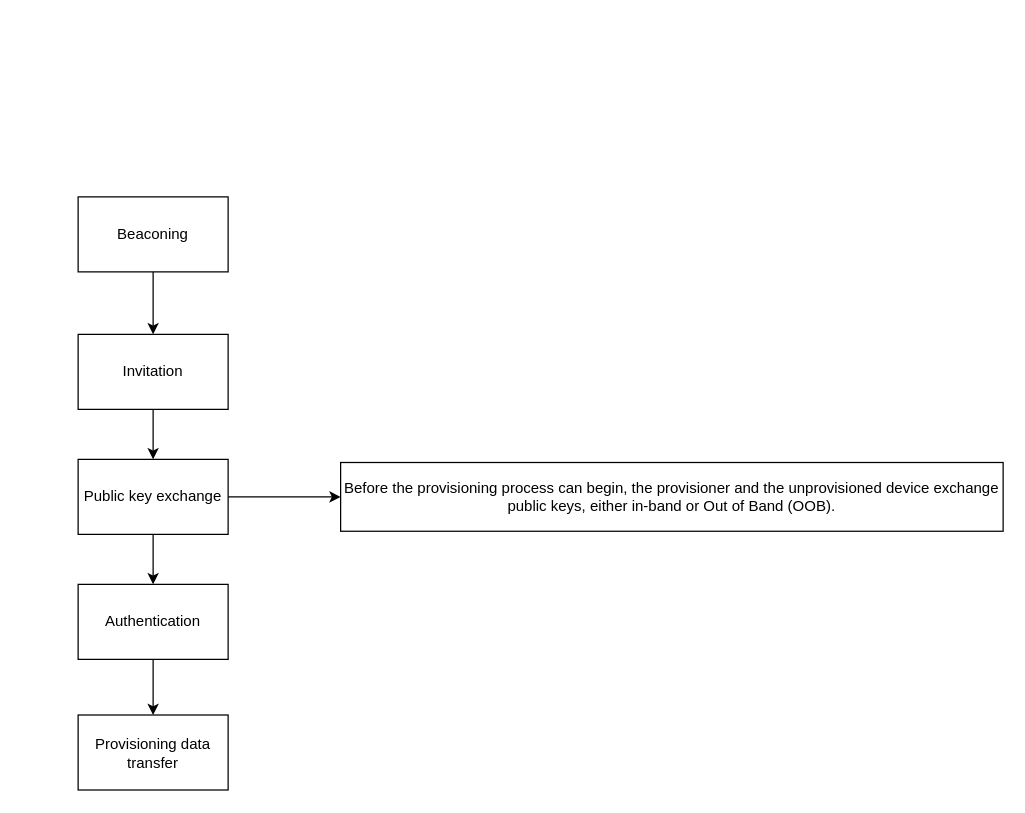
This is page "provisining" (3 of 3) of fig.drawio from lonkaars/avans-domotica, a draw.io file, before an edit. Source tidied: cells renumbered, new cells numbered last; positions are measured from the earlier drawing's top-left corner, leaving out a move shared by most shapes. Both pictures are drawn from the tidied source at 125%, with x=0, y=0 at pixel (78, 196).
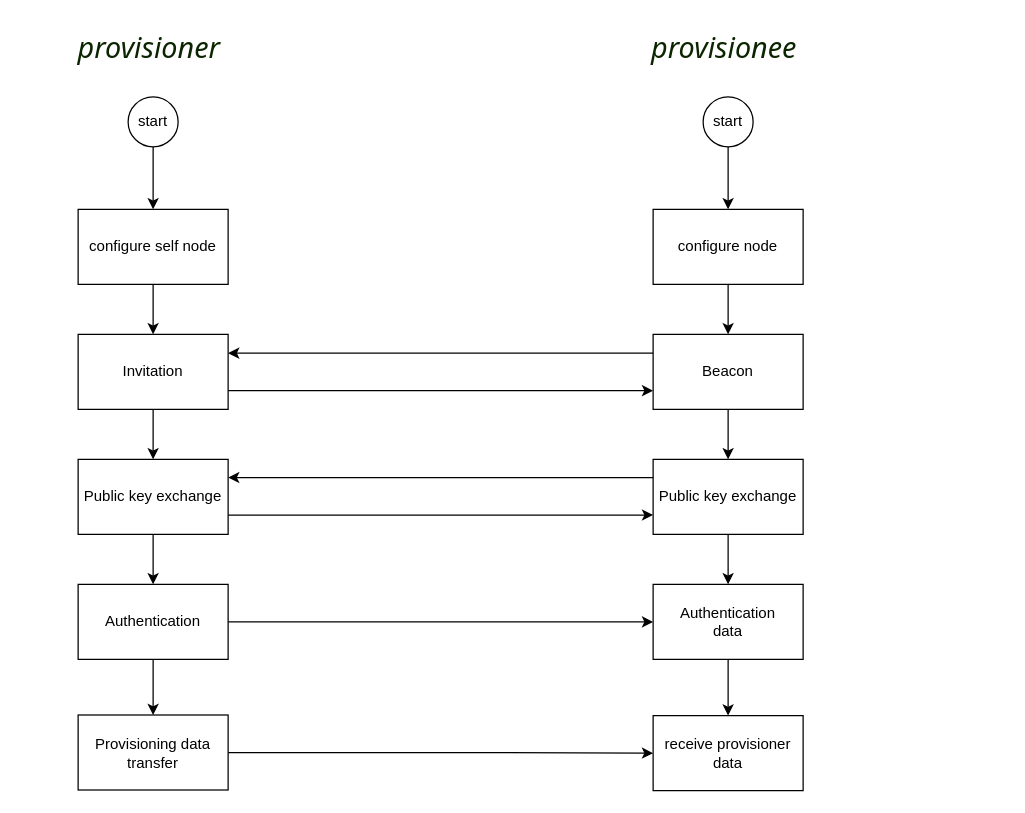
Above is the later version.

The change refers to these unchanged cells:
```xml
<mxCell id="5" value="Invitation" style="rounded=0;whiteSpace=wrap;html=1;" parent="1" vertex="1">
  <mxGeometry y="110" width="120" height="60" as="geometry" />
</mxCell>
<mxCell id="8" value="Public key exchange" style="rounded=0;whiteSpace=wrap;html=1;" parent="1" vertex="1">
  <mxGeometry y="210" width="120" height="60" as="geometry" />
</mxCell>
<mxCell id="11" value="Provisioning data transfer" style="rounded=0;whiteSpace=wrap;html=1;" parent="1" vertex="1">
  <mxGeometry y="414.5" width="120" height="60" as="geometry" />
</mxCell>
```

Change to the diagram source:
```diff
@@
-    <mxCell id="2" style="edgeStyle=orthogonalEdgeStyle;rounded=0;jettySize=auto;html=1;" parent="1" edge="1" source="3" target="5">
-      <mxGeometry relative="1" as="geometry" />
-    </mxCell>
+    <mxCell id="13" style="edgeStyle=orthogonalEdgeStyle;rounded=0;jettySize=auto;html=1;fontSize=23;" parent="1" edge="1" source="3" target="29">
+      <mxGeometry relative="1" as="geometry" />
+    </mxCell>
-    <mxCell id="3" value="Beaconing" style="rounded=0;whiteSpace=wrap;html=1;" parent="1" vertex="1">
-      <mxGeometry width="120" height="60" as="geometry" />
+    <mxCell id="3" value="Beacon" style="rounded=0;whiteSpace=wrap;html=1;" parent="1" vertex="1">
+      <mxGeometry x="460" y="110" width="120" height="60" as="geometry" />
     </mxCell>
-    <mxCell id="4" style="edgeStyle=orthogonalEdgeStyle;rounded=0;jettySize=auto;html=1;" parent="1" edge="1" source="5" target="8">
+    <mxCell id="4" style="edgeStyle=orthogonalEdgeStyle;rounded=0;jettySize=auto;html=1;fontSize=23;" parent="1" edge="1" source="5" target="8">
       <mxGeometry relative="1" as="geometry" />
     </mxCell>
@@
-    <mxCell id="6" style="edgeStyle=orthogonalEdgeStyle;rounded=0;jettySize=auto;html=1;" parent="1" edge="1" source="8" target="10">
-      <mxGeometry relative="1" as="geometry" />
-    </mxCell>
-    <mxCell id="7" style="edgeStyle=orthogonalEdgeStyle;rounded=0;jettySize=auto;html=1;entryX=0;entryY=0.5;entryDx=0;entryDy=0;" parent="1" edge="1" source="8" target="12">
-      <mxGeometry relative="1" as="geometry" />
-    </mxCell>
+    <mxCell id="14" style="edgeStyle=orthogonalEdgeStyle;rounded=0;jettySize=auto;html=1;fontSize=23;" parent="1" edge="1" source="8" target="34">
+      <mxGeometry relative="1" as="geometry" />
+    </mxCell>
@@
-    <mxCell id="9" style="edgeStyle=orthogonalEdgeStyle;rounded=0;jettySize=auto;html=1;" parent="1" edge="1" source="10" target="11">
-      <mxGeometry relative="1" as="geometry" />
-    </mxCell>
+    <mxCell id="15" style="edgeStyle=orthogonalEdgeStyle;rounded=0;jettySize=auto;html=1;fontSize=23;" parent="1" edge="1" source="10" target="35">
+      <mxGeometry relative="1" as="geometry" />
+    </mxCell>
-    <mxCell id="10" value="Authentication" style="rounded=0;whiteSpace=wrap;html=1;" parent="1" vertex="1">
-      <mxGeometry y="310" width="120" height="60" as="geometry" />
+    <mxCell id="10" value="Authentication&lt;br&gt;data" style="rounded=0;whiteSpace=wrap;html=1;" parent="1" vertex="1">
+      <mxGeometry x="460" y="310" width="120" height="60" as="geometry" />
     </mxCell>
+    <mxCell id="16" style="edgeStyle=orthogonalEdgeStyle;rounded=0;jettySize=auto;html=1;entryX=0;entryY=0.5;entryDx=0;entryDy=0;fontSize=23;" parent="1" edge="1" source="11" target="35">
+      <mxGeometry relative="1" as="geometry" />
+    </mxCell>
@@
-    <mxCell id="12" value="Before the provisioning process can begin, the provisioner and the unprovisioned device exchange public keys, either in-band or Out of Band (OOB)." style="rounded=0;whiteSpace=wrap;html=1;" parent="1" vertex="1">
-      <mxGeometry x="210" y="212.5" width="530" height="55" as="geometry" />
-    </mxCell>
+    <mxCell id="17" style="edgeStyle=orthogonalEdgeStyle;rounded=0;jettySize=auto;html=1;fontSize=23;" parent="1" edge="1" source="18" target="5">
+      <mxGeometry relative="1" as="geometry" />
+    </mxCell>
+    <mxCell id="18" value="configure self node" style="rounded=0;whiteSpace=wrap;html=1;" parent="1" vertex="1">
+      <mxGeometry y="10" width="120" height="60" as="geometry" />
+    </mxCell>
+    <mxCell id="19" style="edgeStyle=orthogonalEdgeStyle;rounded=0;jettySize=auto;html=1;" parent="1" edge="1" source="20" target="18">
+      <mxGeometry relative="1" as="geometry" />
+    </mxCell>
+    <mxCell id="20" value="start" style="ellipse;whiteSpace=wrap;html=1;" parent="1" vertex="1">
+      <mxGeometry x="40" y="-80" width="40" height="40" as="geometry" />
+    </mxCell>
+    <mxCell id="21" style="edgeStyle=orthogonalEdgeStyle;rounded=0;jettySize=auto;html=1;fontSize=23;" parent="1" edge="1" source="22" target="3">
+      <mxGeometry relative="1" as="geometry" />
+    </mxCell>
+    <mxCell id="22" value="configure node" style="rounded=0;whiteSpace=wrap;html=1;" parent="1" vertex="1">
+      <mxGeometry x="460" y="10" width="120" height="60" as="geometry" />
+    </mxCell>
+    <mxCell id="23" style="edgeStyle=orthogonalEdgeStyle;rounded=0;jettySize=auto;html=1;" parent="1" edge="1" source="24" target="22">
+      <mxGeometry relative="1" as="geometry" />
+    </mxCell>
+    <mxCell id="24" value="start" style="ellipse;whiteSpace=wrap;html=1;" parent="1" vertex="1">
+      <mxGeometry x="500" y="-80" width="40" height="40" as="geometry" />
+    </mxCell>
+    <mxCell id="25" value="&lt;div style=&quot;text-align: left;&quot;&gt;&lt;span style=&quot;background-color: initial;&quot;&gt;&lt;font size=&quot;1&quot; style=&quot;&quot; face=&quot;system-ui, -apple-system, Segoe UI, Roboto, Helvetica Neue, Arial, Noto Sans, sans-serif, Apple Color Emoji, Segoe UI Emoji, Segoe UI Symbol, Noto Color Emoji&quot; color=&quot;rgba(255, 255, 255, 0.85)&quot;&gt;&lt;i style=&quot;font-size: 23px;&quot;&gt;provisioner&amp;nbsp;&lt;/i&gt;&lt;/font&gt;&lt;/span&gt;&lt;/div&gt;" style="text;html=1;strokeColor=none;fillColor=none;align=center;verticalAlign=middle;whiteSpace=wrap;rounded=0;" parent="1" vertex="1">
+      <mxGeometry x="-45" y="-140" width="210" height="40" as="geometry" />
+    </mxCell>
+    <mxCell id="26" value="&lt;div style=&quot;text-align: left;&quot;&gt;&lt;font face=&quot;system-ui, -apple-system, Segoe UI, Roboto, Helvetica Neue, Arial, Noto Sans, sans-serif, Apple Color Emoji, Segoe UI Emoji, Segoe UI Symbol, Noto Color Emoji&quot; color=&quot;#0b2500&quot;&gt;&lt;span style=&quot;font-size: 23px;&quot;&gt;&lt;i&gt;provisionee&amp;nbsp;&lt;/i&gt;&lt;/span&gt;&lt;/font&gt;&lt;br&gt;&lt;/div&gt;" style="text;html=1;strokeColor=none;fillColor=none;align=center;verticalAlign=middle;whiteSpace=wrap;rounded=0;" parent="1" vertex="1">
+      <mxGeometry x="415" y="-140" width="210" height="40" as="geometry" />
+    </mxCell>
+    <mxCell id="2" style="endArrow=classic;html=1;rounded=0;fontSize=23;entryX=1;entryY=0.25;entryDx=0;entryDy=0;exitX=0;exitY=0.25;exitDx=0;exitDy=0;" parent="1" edge="1" source="3" target="5">
+      <mxGeometry relative="1" as="geometry" />
+    </mxCell>
+    <mxCell id="27" style="endArrow=classic;html=1;rounded=0;fontSize=23;exitX=1;exitY=0.75;exitDx=0;exitDy=0;entryX=0;entryY=0.75;entryDx=0;entryDy=0;" parent="1" edge="1" source="5" target="3">
+      <mxGeometry relative="1" as="geometry" />
+    </mxCell>
+    <mxCell id="28" style="edgeStyle=orthogonalEdgeStyle;rounded=0;jettySize=auto;html=1;fontSize=23;" parent="1" edge="1" source="29" target="10">
+      <mxGeometry relative="1" as="geometry" />
+    </mxCell>
+    <mxCell id="29" value="Public key exchange" style="rounded=0;whiteSpace=wrap;html=1;" parent="1" vertex="1">
+      <mxGeometry x="460" y="210" width="120" height="60" as="geometry" />
+    </mxCell>
+    <mxCell id="30" style="endArrow=classic;html=1;rounded=0;fontSize=23;entryX=1;entryY=0.25;entryDx=0;entryDy=0;exitX=0;exitY=0.25;exitDx=0;exitDy=0;" parent="1" edge="1">
+      <mxGeometry relative="1" as="geometry">
+        <mxPoint x="460" y="224.5" as="sourcePoint" />
+        <mxPoint x="120" y="224.5" as="targetPoint" />
+      </mxGeometry>
+    </mxCell>
+    <mxCell id="31" style="endArrow=classic;html=1;rounded=0;fontSize=23;exitX=1;exitY=0.75;exitDx=0;exitDy=0;entryX=0;entryY=0.75;entryDx=0;entryDy=0;" parent="1" edge="1">
+      <mxGeometry relative="1" as="geometry">
+        <mxPoint x="120" y="254.5" as="sourcePoint" />
+        <mxPoint x="460" y="254.5" as="targetPoint" />
+      </mxGeometry>
+    </mxCell>
+    <mxCell id="32" style="edgeStyle=orthogonalEdgeStyle;rounded=0;jettySize=auto;html=1;entryX=0;entryY=0.5;entryDx=0;entryDy=0;fontSize=23;" parent="1" edge="1" source="34" target="10">
+      <mxGeometry relative="1" as="geometry" />
+    </mxCell>
+    <mxCell id="33" style="edgeStyle=orthogonalEdgeStyle;rounded=0;jettySize=auto;html=1;fontSize=23;" parent="1" edge="1" source="34" target="11">
+      <mxGeometry relative="1" as="geometry" />
+    </mxCell>
+    <mxCell id="34" value="Authentication" style="rounded=0;whiteSpace=wrap;html=1;" parent="1" vertex="1">
+      <mxGeometry y="310" width="120" height="60" as="geometry" />
+    </mxCell>
+    <mxCell id="35" value="receive provisioner data" style="rounded=0;whiteSpace=wrap;html=1;" parent="1" vertex="1">
+      <mxGeometry x="460" y="415" width="120" height="60" as="geometry" />
+    </mxCell>
```
